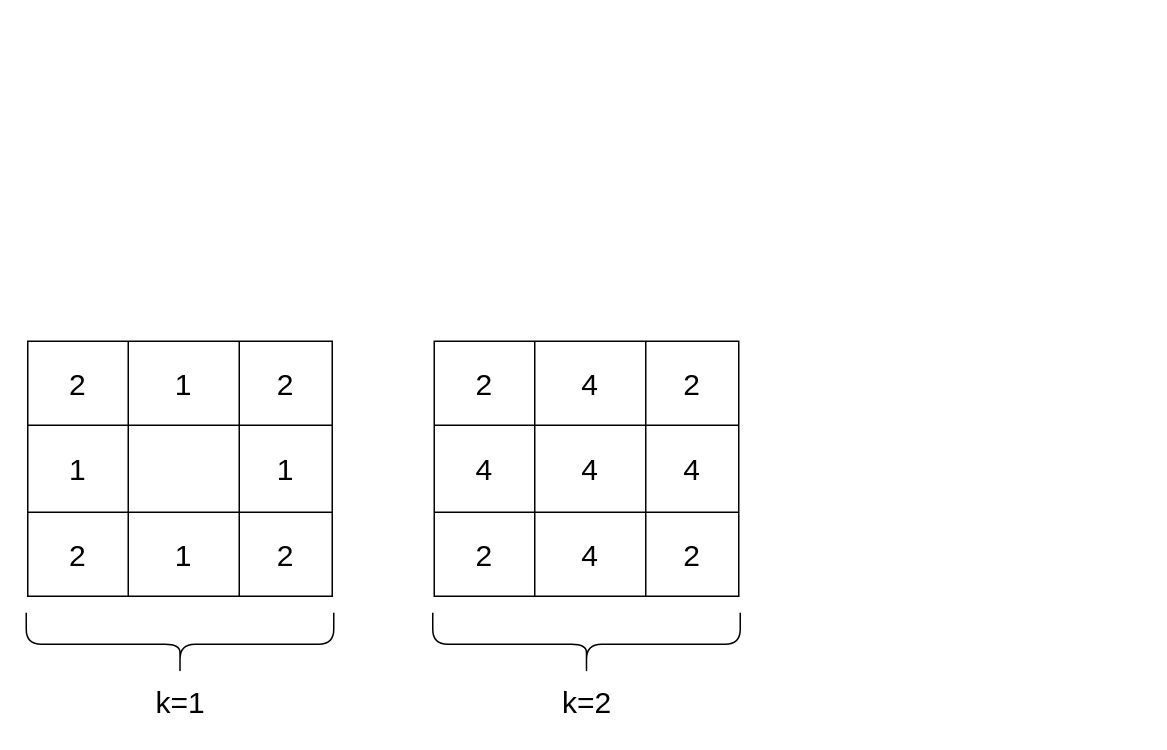
This is Untitled Diagram.drawio from doudou215/ACM, a draw.io file, before an edit. Source tidied: cells renumbered, new cells numbered last; positions are measured from the earlier drawing's top-left corner, leaving out a move shared by most shapes. Both pictures are drawn from the tidied source at 150%, with x=0, y=0 at pixel (26, 340).
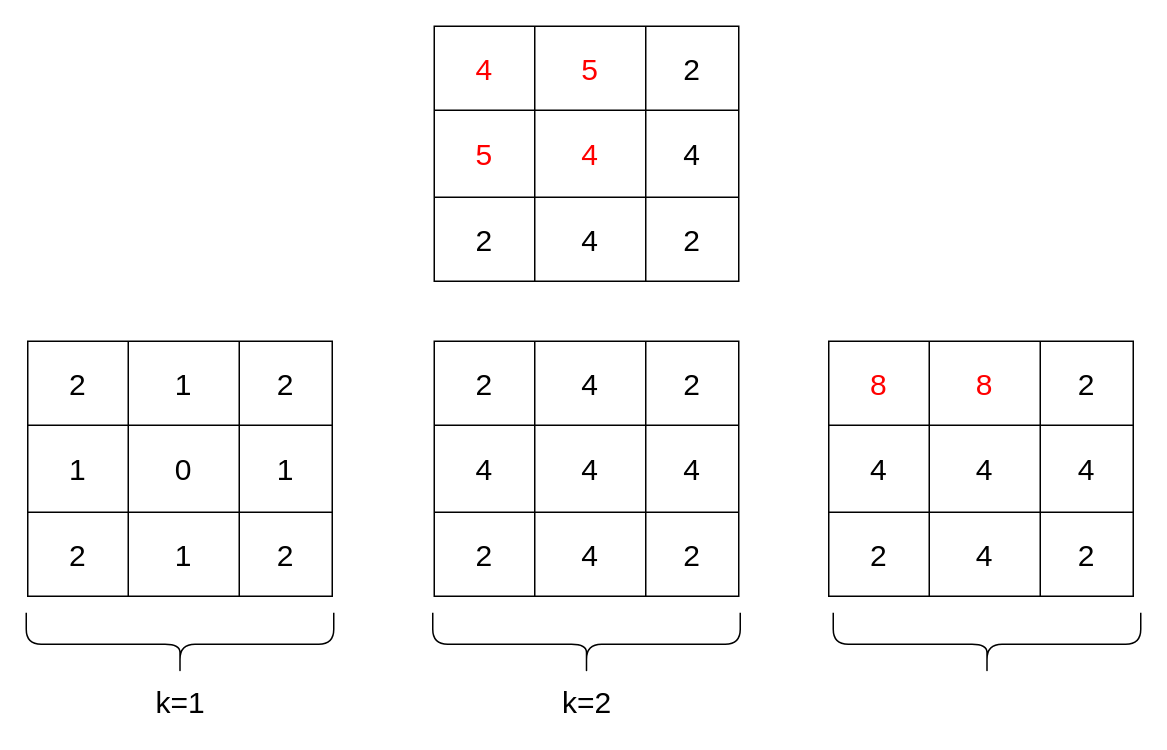
The same diagram, later.

Unchanged cells that the change refers to:
```xml
<mxCell id="7" style="shape=tableRow;horizontal=0;startSize=0;swimlaneHead=0;swimlaneBody=0;top=0;left=0;bottom=0;right=0;fillColor=none;" parent="2" vertex="1">
  <mxGeometry y="56" width="203" height="58" as="geometry" />
</mxCell>
```

What changed in the source:
```diff
@@
-    <mxCell id="9" style="shape=partialRectangle;html=1;whiteSpace=wrap;fillColor=none;top=0;left=0;bottom=0;right=0;overflow=hidden;" parent="7" vertex="1">
+    <mxCell id="9" value="&lt;font style=&quot;font-size: 20px;&quot;&gt;0&lt;/font&gt;" style="shape=partialRectangle;html=1;whiteSpace=wrap;fillColor=none;top=0;left=0;bottom=0;right=0;overflow=hidden;" parent="7" vertex="1">
       <mxGeometry x="67" width="74" height="58" as="geometry" />
     </mxCell>
@@
+    <mxCell id="32" style="shape=table;html=1;whiteSpace=wrap;startSize=0;childLayout=tableLayout;" parent="1" vertex="1">
+      <mxGeometry x="535" width="203" height="170" as="geometry" />
+    </mxCell>
+    <mxCell id="33" style="shape=tableRow;horizontal=0;startSize=0;swimlaneHead=0;swimlaneBody=0;top=0;left=0;bottom=0;right=0;fillColor=none;" parent="32" vertex="1">
+      <mxGeometry width="203" height="56" as="geometry" />
+    </mxCell>
+    <mxCell id="34" value="&lt;font color=&quot;#ff0000&quot; style=&quot;font-size: 20px;&quot;&gt;8&lt;/font&gt;" style="shape=partialRectangle;html=1;whiteSpace=wrap;fillColor=none;top=0;left=0;bottom=0;right=0;overflow=hidden;" parent="33" vertex="1">
+      <mxGeometry width="67" height="56" as="geometry" />
+    </mxCell>
+    <mxCell id="35" value="&lt;span style=&quot;font-size: 20px;&quot;&gt;&lt;font color=&quot;#ff0000&quot;&gt;8&lt;/font&gt;&lt;/span&gt;" style="shape=partialRectangle;html=1;whiteSpace=wrap;fillColor=none;top=0;left=0;bottom=0;right=0;overflow=hidden;" parent="33" vertex="1">
+      <mxGeometry x="67" width="74" height="56" as="geometry" />
+    </mxCell>
+    <mxCell id="36" value="&lt;font style=&quot;font-size: 20px;&quot;&gt;2&lt;/font&gt;" style="shape=partialRectangle;html=1;whiteSpace=wrap;fillColor=none;top=0;left=0;bottom=0;right=0;overflow=hidden;" parent="33" vertex="1">
+      <mxGeometry x="141" width="62" height="56" as="geometry" />
+    </mxCell>
+    <mxCell id="37" style="shape=tableRow;horizontal=0;startSize=0;swimlaneHead=0;swimlaneBody=0;top=0;left=0;bottom=0;right=0;fillColor=none;" parent="32" vertex="1">
+      <mxGeometry y="56" width="203" height="58" as="geometry" />
+    </mxCell>
+    <mxCell id="38" value="&lt;font style=&quot;font-size: 20px;&quot;&gt;4&lt;/font&gt;" style="shape=partialRectangle;html=1;whiteSpace=wrap;fillColor=none;top=0;left=0;bottom=0;right=0;overflow=hidden;" parent="37" vertex="1">
+      <mxGeometry width="67" height="58" as="geometry" />
+    </mxCell>
+    <mxCell id="39" value="&lt;span style=&quot;font-size: 20px;&quot;&gt;4&lt;/span&gt;" style="shape=partialRectangle;html=1;whiteSpace=wrap;fillColor=none;top=0;left=0;bottom=0;right=0;overflow=hidden;" parent="37" vertex="1">
+      <mxGeometry x="67" width="74" height="58" as="geometry" />
+    </mxCell>
+    <mxCell id="40" value="&lt;font style=&quot;font-size: 20px;&quot;&gt;4&lt;/font&gt;" style="shape=partialRectangle;html=1;whiteSpace=wrap;fillColor=none;top=0;left=0;bottom=0;right=0;overflow=hidden;" parent="37" vertex="1">
+      <mxGeometry x="141" width="62" height="58" as="geometry" />
+    </mxCell>
+    <mxCell id="41" style="shape=tableRow;horizontal=0;startSize=0;swimlaneHead=0;swimlaneBody=0;top=0;left=0;bottom=0;right=0;fillColor=none;" parent="32" vertex="1">
+      <mxGeometry y="114" width="203" height="56" as="geometry" />
+    </mxCell>
+    <mxCell id="42" value="&lt;font style=&quot;font-size: 20px;&quot;&gt;2&lt;/font&gt;" style="shape=partialRectangle;html=1;whiteSpace=wrap;fillColor=none;top=0;left=0;bottom=0;right=0;overflow=hidden;" parent="41" vertex="1">
+      <mxGeometry width="67" height="56" as="geometry" />
+    </mxCell>
+    <mxCell id="43" value="&lt;font style=&quot;font-size: 20px;&quot;&gt;4&lt;/font&gt;" style="shape=partialRectangle;html=1;whiteSpace=wrap;fillColor=none;top=0;left=0;bottom=0;right=0;overflow=hidden;" parent="41" vertex="1">
+      <mxGeometry x="67" width="74" height="56" as="geometry" />
+    </mxCell>
+    <mxCell id="44" value="&lt;font style=&quot;font-size: 20px;&quot;&gt;2&lt;/font&gt;" style="shape=partialRectangle;html=1;whiteSpace=wrap;fillColor=none;top=0;left=0;bottom=0;right=0;overflow=hidden;" parent="41" vertex="1">
+      <mxGeometry x="141" width="62" height="56" as="geometry" />
+    </mxCell>
+    <mxCell id="45" style="shape=curlyBracket;whiteSpace=wrap;html=1;rounded=1;flipH=1;direction=north;" parent="1" vertex="1">
+      <mxGeometry x="538" y="181" width="205" height="42" as="geometry" />
+    </mxCell>
+    <mxCell id="46" style="shape=table;html=1;whiteSpace=wrap;startSize=0;childLayout=tableLayout;" parent="1" vertex="1">
+      <mxGeometry x="272" y="-210" width="203" height="170" as="geometry" />
+    </mxCell>
+    <mxCell id="47" style="shape=tableRow;horizontal=0;startSize=0;swimlaneHead=0;swimlaneBody=0;top=0;left=0;bottom=0;right=0;fillColor=none;" parent="46" vertex="1">
+      <mxGeometry width="203" height="56" as="geometry" />
+    </mxCell>
+    <mxCell id="48" value="&lt;font color=&quot;#ff0000&quot; style=&quot;font-size: 20px;&quot;&gt;4&lt;/font&gt;" style="shape=partialRectangle;html=1;whiteSpace=wrap;fillColor=none;top=0;left=0;bottom=0;right=0;overflow=hidden;" parent="47" vertex="1">
+      <mxGeometry width="67" height="56" as="geometry" />
+    </mxCell>
+    <mxCell id="49" value="&lt;font color=&quot;#ff0000&quot; style=&quot;font-size: 20px;&quot;&gt;5&lt;/font&gt;" style="shape=partialRectangle;html=1;whiteSpace=wrap;fillColor=none;top=0;left=0;bottom=0;right=0;overflow=hidden;" parent="47" vertex="1">
+      <mxGeometry x="67" width="74" height="56" as="geometry" />
+    </mxCell>
+    <mxCell id="50" value="&lt;font style=&quot;font-size: 20px;&quot;&gt;2&lt;/font&gt;" style="shape=partialRectangle;html=1;whiteSpace=wrap;fillColor=none;top=0;left=0;bottom=0;right=0;overflow=hidden;" parent="47" vertex="1">
+      <mxGeometry x="141" width="62" height="56" as="geometry" />
+    </mxCell>
+    <mxCell id="51" style="shape=tableRow;horizontal=0;startSize=0;swimlaneHead=0;swimlaneBody=0;top=0;left=0;bottom=0;right=0;fillColor=none;" parent="46" vertex="1">
+      <mxGeometry y="56" width="203" height="58" as="geometry" />
+    </mxCell>
+    <mxCell id="52" value="&lt;font color=&quot;#ff0000&quot; style=&quot;font-size: 20px;&quot;&gt;5&lt;/font&gt;" style="shape=partialRectangle;html=1;whiteSpace=wrap;fillColor=none;top=0;left=0;bottom=0;right=0;overflow=hidden;" parent="51" vertex="1">
+      <mxGeometry width="67" height="58" as="geometry" />
+    </mxCell>
+    <mxCell id="53" value="&lt;span style=&quot;font-size: 20px;&quot;&gt;&lt;font color=&quot;#ff0000&quot;&gt;4&lt;/font&gt;&lt;/span&gt;" style="shape=partialRectangle;html=1;whiteSpace=wrap;fillColor=none;top=0;left=0;bottom=0;right=0;overflow=hidden;" parent="51" vertex="1">
+      <mxGeometry x="67" width="74" height="58" as="geometry" />
+    </mxCell>
+    <mxCell id="54" value="&lt;font style=&quot;font-size: 20px;&quot;&gt;4&lt;/font&gt;" style="shape=partialRectangle;html=1;whiteSpace=wrap;fillColor=none;top=0;left=0;bottom=0;right=0;overflow=hidden;" parent="51" vertex="1">
+      <mxGeometry x="141" width="62" height="58" as="geometry" />
+    </mxCell>
+    <mxCell id="55" style="shape=tableRow;horizontal=0;startSize=0;swimlaneHead=0;swimlaneBody=0;top=0;left=0;bottom=0;right=0;fillColor=none;" parent="46" vertex="1">
+      <mxGeometry y="114" width="203" height="56" as="geometry" />
+    </mxCell>
+    <mxCell id="56" value="&lt;font style=&quot;font-size: 20px;&quot;&gt;2&lt;/font&gt;" style="shape=partialRectangle;html=1;whiteSpace=wrap;fillColor=none;top=0;left=0;bottom=0;right=0;overflow=hidden;" parent="55" vertex="1">
+      <mxGeometry width="67" height="56" as="geometry" />
+    </mxCell>
+    <mxCell id="57" value="&lt;font style=&quot;font-size: 20px;&quot;&gt;4&lt;/font&gt;" style="shape=partialRectangle;html=1;whiteSpace=wrap;fillColor=none;top=0;left=0;bottom=0;right=0;overflow=hidden;" parent="55" vertex="1">
+      <mxGeometry x="67" width="74" height="56" as="geometry" />
+    </mxCell>
+    <mxCell id="58" value="&lt;font style=&quot;font-size: 20px;&quot;&gt;2&lt;/font&gt;" style="shape=partialRectangle;html=1;whiteSpace=wrap;fillColor=none;top=0;left=0;bottom=0;right=0;overflow=hidden;" parent="55" vertex="1">
+      <mxGeometry x="141" width="62" height="56" as="geometry" />
+    </mxCell>
```
